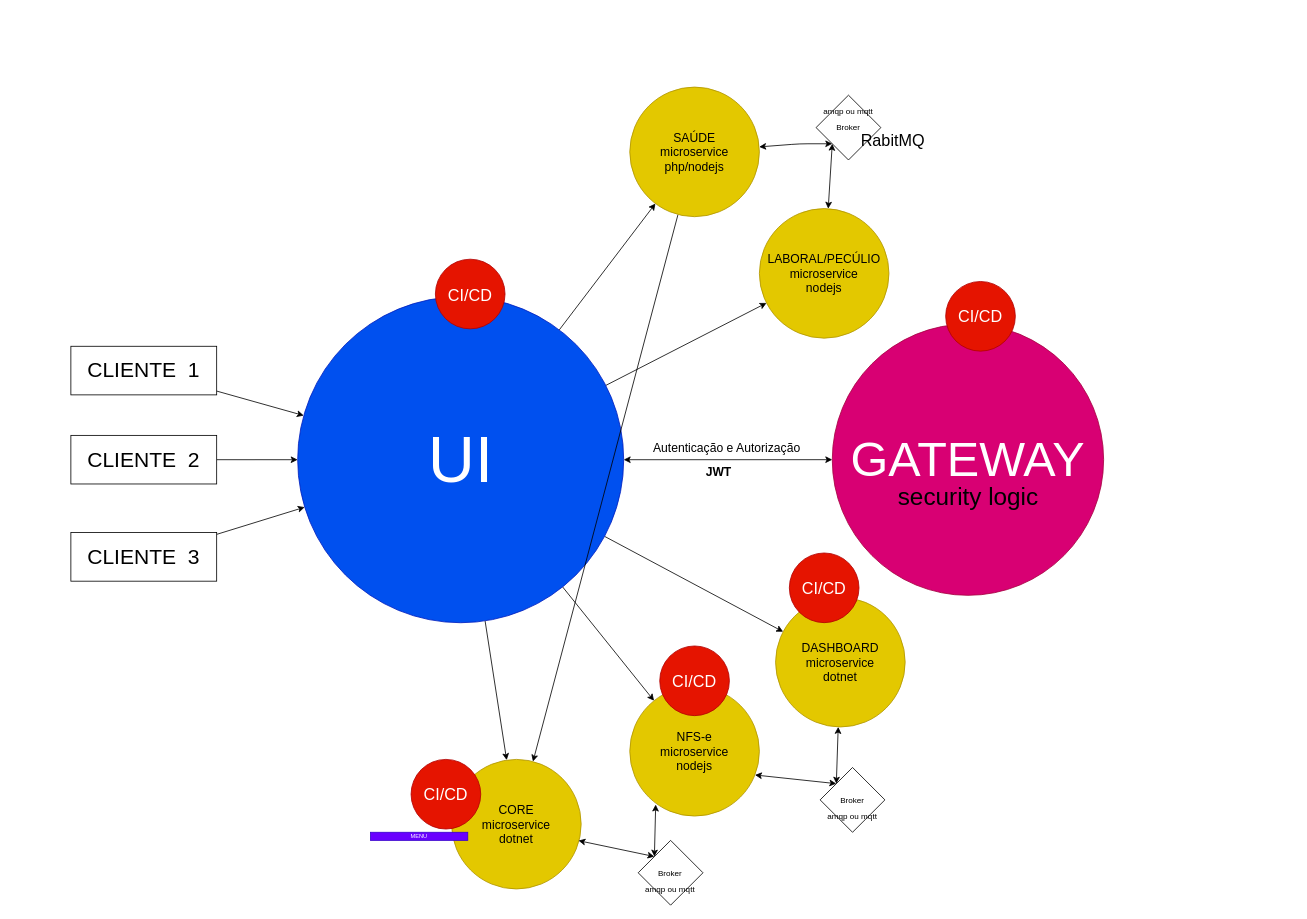
Earlier version of the draw.io diagram page "Arquitetura" (3 of 9) of br-bit/RoadMap-2023.drawio (sigespweb22/project-manager). Source tidied: cells renumbered, new cells numbered last; positions are measured from the earlier drawing's top-left corner, leaving out a move shared by most shapes. Both pictures are drawn from the tidied source at 81%, with x=0, y=0 at pixel (70, 87).
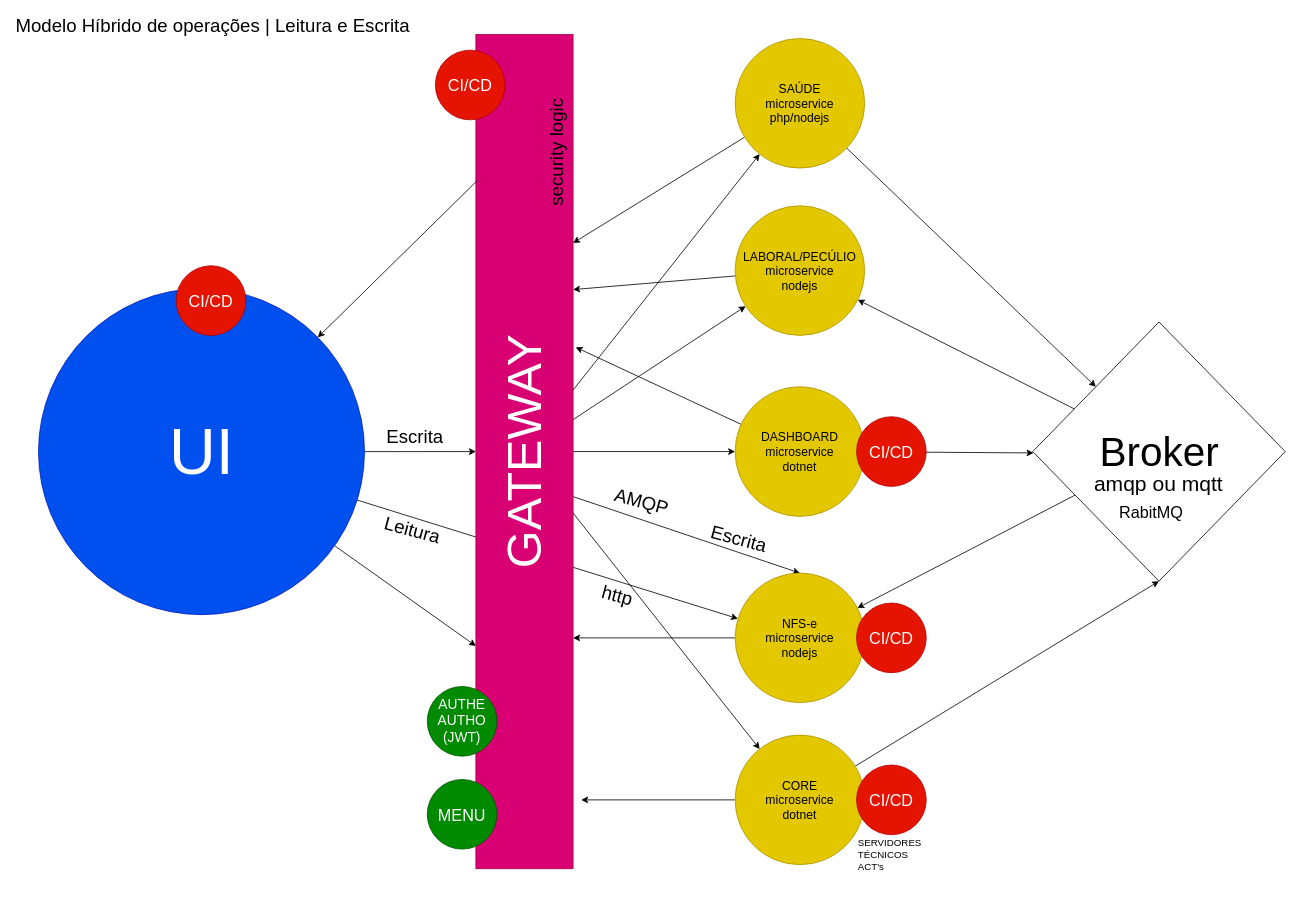
After the change.

Diff of the diagram source:
```diff
@@
+    <mxCell id="47" style="edgeStyle=none;html=1;fontSize=26;" parent="1" edge="1" source="7">
+      <mxGeometry relative="1" as="geometry">
+        <mxPoint x="500" y="690" as="targetPoint" />
+      </mxGeometry>
+    </mxCell>
-    <mxCell id="2" style="edgeStyle=none;html=1;fontSize=30;" parent="1" edge="1" source="7" target="18">
+    <mxCell id="2" style="edgeStyle=none;html=1;" parent="1" edge="1" source="7" target="18">
       <mxGeometry relative="1" as="geometry" />
     </mxCell>
-    <mxCell id="3" style="edgeStyle=none;html=1;fontSize=30;" parent="1" edge="1" source="7" target="17">
-      <mxGeometry relative="1" as="geometry" />
-    </mxCell>
-    <mxCell id="4" style="edgeStyle=none;html=1;fontSize=30;" parent="1" edge="1" source="7" target="15">
-      <mxGeometry relative="1" as="geometry" />
-    </mxCell>
-    <mxCell id="5" style="edgeStyle=none;html=1;fontSize=30;" parent="1" edge="1" source="7" target="16">
-      <mxGeometry relative="1" as="geometry" />
-    </mxCell>
-    <mxCell id="6" style="edgeStyle=none;html=1;fontSize=20;" parent="1" edge="1" source="7" target="38">
-      <mxGeometry relative="1" as="geometry" />
-    </mxCell>
+    <mxCell id="48" style="edgeStyle=none;html=1;entryX=0.5;entryY=0;entryDx=0;entryDy=0;fontSize=23;exitX=1.001;exitY=0.554;exitDx=0;exitDy=0;exitPerimeter=0;" parent="1" edge="1" source="21" target="18">
+      <mxGeometry relative="1" as="geometry" />
+    </mxCell>
+    <mxCell id="19" style="edgeStyle=none;html=1;fontSize=23;" parent="1" edge="1" source="7" target="21">
+      <mxGeometry relative="1" as="geometry" />
+    </mxCell>
     <mxCell id="7" value="UI" style="ellipse;whiteSpace=wrap;html=1;fontSize=80;fillColor=#0050ef;fontColor=#ffffff;strokeColor=#001DBC;" parent="1" vertex="1">
-      <mxGeometry x="280" y="258.8" width="402.5" height="402.5" as="geometry" />
+      <mxGeometry x="-40" y="248.8" width="402.5" height="402.5" as="geometry" />
     </mxCell>
-    <mxCell id="8" style="edgeStyle=none;html=1;fontSize=26;" parent="1" edge="1" source="9" target="7">
-      <mxGeometry relative="1" as="geometry" />
-    </mxCell>
-    <mxCell id="9" value="CLIENTE&amp;nbsp; 1" style="rounded=0;whiteSpace=wrap;html=1;fontSize=26;" parent="1" vertex="1">
-      <mxGeometry y="320" width="180" height="60" as="geometry" />
-    </mxCell>
-    <mxCell id="10" style="edgeStyle=none;html=1;fontSize=26;" parent="1" edge="1" source="11" target="7">
-      <mxGeometry relative="1" as="geometry" />
-    </mxCell>
-    <mxCell id="11" value="CLIENTE&amp;nbsp; 2" style="rounded=0;whiteSpace=wrap;html=1;fontSize=26;" parent="1" vertex="1">
-      <mxGeometry y="430" width="180" height="60" as="geometry" />
-    </mxCell>
-    <mxCell id="12" style="edgeStyle=none;html=1;fontSize=26;" parent="1" edge="1" source="13" target="7">
-      <mxGeometry relative="1" as="geometry" />
-    </mxCell>
-    <mxCell id="13" value="CLIENTE&amp;nbsp; 3" style="rounded=0;whiteSpace=wrap;html=1;fontSize=26;" parent="1" vertex="1">
-      <mxGeometry y="550" width="180" height="60" as="geometry" />
-    </mxCell>
-    <mxCell id="14" style="edgeStyle=none;html=1;fontSize=20;" parent="1" edge="1" source="15" target="38">
-      <mxGeometry relative="1" as="geometry" />
-    </mxCell>
+    <mxCell id="49" style="edgeStyle=none;html=1;entryX=1;entryY=0.25;entryDx=0;entryDy=0;fontSize=26;" parent="1" edge="1" source="15" target="21">
+      <mxGeometry relative="1" as="geometry" />
+    </mxCell>
+    <mxCell id="24" style="edgeStyle=none;html=1;entryX=0;entryY=0;entryDx=0;entryDy=0;fontSize=26;" parent="1" edge="1" source="15" target="27">
+      <mxGeometry relative="1" as="geometry" />
+    </mxCell>
     <mxCell id="15" value="SAÚDE&lt;br&gt;microservice&lt;br&gt;php/nodejs" style="ellipse;whiteSpace=wrap;html=1;fontSize=15;fillColor=#e3c800;fontColor=#000000;strokeColor=#B09500;" parent="1" vertex="1">
-      <mxGeometry x="690" width="160" height="160" as="geometry" />
+      <mxGeometry x="820" y="-60" width="160" height="160" as="geometry" />
     </mxCell>
+    <mxCell id="50" style="edgeStyle=none;html=1;fontSize=26;" parent="1" edge="1" source="16">
+      <mxGeometry relative="1" as="geometry">
+        <mxPoint x="620" y="250" as="targetPoint" />
+      </mxGeometry>
+    </mxCell>
     <mxCell id="16" value="LABORAL/PECÚLIO&lt;br&gt;microservice&lt;br&gt;nodejs" style="ellipse;whiteSpace=wrap;html=1;fontSize=15;fillColor=#e3c800;fontColor=#000000;strokeColor=#B09500;" parent="1" vertex="1">
-      <mxGeometry x="850" y="150" width="160" height="160" as="geometry" />
+      <mxGeometry x="820" y="146.6" width="160" height="160" as="geometry" />
     </mxCell>
+    <mxCell id="51" style="edgeStyle=none;html=1;entryX=1.027;entryY=0.375;entryDx=0;entryDy=0;entryPerimeter=0;fontSize=26;" parent="1" edge="1" source="17" target="21">
+      <mxGeometry relative="1" as="geometry" />
+    </mxCell>
+    <mxCell id="52" style="edgeStyle=none;html=1;entryX=0.031;entryY=0.021;entryDx=0;entryDy=0;fontSize=26;entryPerimeter=0;" parent="1" edge="1" source="17" target="28">
+      <mxGeometry relative="1" as="geometry" />
+    </mxCell>
     <mxCell id="17" value="DASHBOARD&lt;br&gt;microservice&lt;br&gt;dotnet" style="ellipse;whiteSpace=wrap;html=1;fontSize=15;fillColor=#e3c800;fontColor=#000000;strokeColor=#B09500;" parent="1" vertex="1">
-      <mxGeometry x="870" y="630" width="160" height="160" as="geometry" />
+      <mxGeometry x="820" y="370" width="160" height="160" as="geometry" />
     </mxCell>
+    <mxCell id="53" style="edgeStyle=none;html=1;fontSize=26;" parent="1" edge="1" source="18">
+      <mxGeometry relative="1" as="geometry">
+        <mxPoint x="620" y="680" as="targetPoint" />
+      </mxGeometry>
+    </mxCell>
     <mxCell id="18" value="NFS-e&lt;br&gt;microservice&lt;br&gt;nodejs" style="ellipse;whiteSpace=wrap;html=1;fontSize=15;fillColor=#e3c800;fontColor=#000000;strokeColor=#B09500;" parent="1" vertex="1">
-      <mxGeometry x="690" y="740" width="160" height="160" as="geometry" />
+      <mxGeometry x="820" y="600" width="160" height="160" as="geometry" />
     </mxCell>
-    <mxCell id="19" style="endArrow=classic;startArrow=classic;html=1;fontSize=15;exitX=1;exitY=0.5;exitDx=0;exitDy=0;entryX=0;entryY=0.5;entryDx=0;entryDy=0;" parent="1" edge="1" source="7" target="21">
-      <mxGeometry relative="1" as="geometry" />
-    </mxCell>
-    <mxCell id="20" value="Autenticação e Autorização" style="text;html=1;strokeColor=none;fillColor=none;align=center;verticalAlign=middle;whiteSpace=wrap;rounded=0;fontSize=15;" parent="1" vertex="1">
-      <mxGeometry x="700" y="430" width="220" height="30" as="geometry" />
-    </mxCell>
-    <mxCell id="21" value="GATEWAY" style="ellipse;whiteSpace=wrap;html=1;fontSize=60;fillColor=#d80073;fontColor=#ffffff;strokeColor=#A50040;" parent="1" vertex="1">
-      <mxGeometry x="940" y="292.5" width="335" height="335" as="geometry" />
-    </mxCell>
-    <mxCell id="22" value="security logic" style="text;html=1;strokeColor=none;fillColor=none;align=center;verticalAlign=middle;whiteSpace=wrap;rounded=0;fontSize=30;rotation=0;" parent="1" vertex="1">
-      <mxGeometry x="997.6" y="474" width="219.8" height="62.8" as="geometry" />
-    </mxCell>
-    <mxCell id="23" value="JWT" style="text;html=1;strokeColor=none;fillColor=none;align=center;verticalAlign=middle;whiteSpace=wrap;rounded=0;fontSize=15;fontStyle=1;" parent="1" vertex="1">
-      <mxGeometry x="690" y="460" width="220" height="30" as="geometry" />
-    </mxCell>
-    <mxCell id="24" style="endArrow=classic;startArrow=classic;html=1;fontSize=30;entryX=0;entryY=1;entryDx=0;entryDy=0;" parent="1" edge="1" source="15" target="27">
-      <mxGeometry relative="1" as="geometry">
-        <Array as="points">
-          <mxPoint x="900" y="70" />
-        </Array>
-      </mxGeometry>
-    </mxCell>
-    <mxCell id="25" style="endArrow=classic;startArrow=classic;html=1;fontSize=30;entryX=0;entryY=1;entryDx=0;entryDy=0;" parent="1" edge="1" source="16" target="27">
-      <mxGeometry relative="1" as="geometry" />
-    </mxCell>
-    <mxCell id="26" style="group;" parent="1" vertex="1">
-      <mxGeometry x="915" y="10" width="90" height="80" as="geometry" />
+    <mxCell id="26" style="group;fontSize=53;" parent="1" vertex="1">
+      <mxGeometry x="1160" y="290" width="348.3" height="320" as="geometry" />
     </mxCell>
-    <mxCell id="27" value="Broker" style="rhombus;whiteSpace=wrap;html=1;fontSize=10;" parent="26" vertex="1">
-      <mxGeometry x="5" width="80" height="80" as="geometry" />
+    <mxCell id="27" value="&lt;font style=&quot;font-size: 50px;&quot;&gt;Broker&lt;/font&gt;" style="rhombus;whiteSpace=wrap;html=1;fontSize=10;" parent="26" vertex="1">
+      <mxGeometry x="27.5" width="311.7" height="320" as="geometry" />
     </mxCell>
-    <mxCell id="28" value="amqp ou mqtt" style="text;html=1;strokeColor=none;fillColor=none;align=center;verticalAlign=middle;whiteSpace=wrap;rounded=0;fontSize=10;" parent="26" vertex="1">
-      <mxGeometry y="10" width="90" height="20" as="geometry" />
+    <mxCell id="28" value="amqp ou mqtt" style="text;html=1;strokeColor=none;fillColor=none;align=center;verticalAlign=middle;whiteSpace=wrap;rounded=0;fontSize=26;" parent="26" vertex="1">
+      <mxGeometry x="18.3" y="160" width="330" height="80" as="geometry" />
     </mxCell>
-    <mxCell id="29" style="endArrow=classic;startArrow=classic;html=1;fontSize=10;exitX=0.966;exitY=0.683;exitDx=0;exitDy=0;exitPerimeter=0;entryX=0;entryY=0;entryDx=0;entryDy=0;" parent="1" edge="1" source="18" target="32">
-      <mxGeometry relative="1" as="geometry" />
-    </mxCell>
-    <mxCell id="30" style="endArrow=classic;startArrow=classic;html=1;fontSize=10;entryX=0;entryY=0;entryDx=0;entryDy=0;" parent="1" edge="1" source="17" target="32">
-      <mxGeometry relative="1" as="geometry" />
-    </mxCell>
-    <mxCell id="31" style="group;" parent="1" vertex="1">
-      <mxGeometry x="920" y="840" width="90" height="80" as="geometry" />
-    </mxCell>
-    <mxCell id="32" value="Broker" style="rhombus;whiteSpace=wrap;html=1;fontSize=10;" parent="31" vertex="1">
-      <mxGeometry x="5" width="80" height="80" as="geometry" />
-    </mxCell>
-    <mxCell id="33" value="amqp ou mqtt" style="text;html=1;strokeColor=none;fillColor=none;align=center;verticalAlign=middle;whiteSpace=wrap;rounded=0;fontSize=10;" parent="31" vertex="1">
-      <mxGeometry y="50" width="90" height="20" as="geometry" />
-    </mxCell>
+    <mxCell id="45" value="RabitMQ" style="text;html=1;strokeColor=none;fillColor=none;align=center;verticalAlign=middle;whiteSpace=wrap;rounded=0;fontSize=20;" parent="26" vertex="1">
+      <mxGeometry x="109.2" y="220" width="130" height="30" as="geometry" />
+    </mxCell>
     <mxCell id="34" value="&lt;font style=&quot;font-size: 20px;&quot;&gt;CI/CD&lt;/font&gt;" style="ellipse;whiteSpace=wrap;html=1;fontSize=10;fillColor=#e51400;fontColor=#ffffff;strokeColor=#B20000;" parent="1" vertex="1">
-      <mxGeometry x="450" y="212.5" width="86" height="86" as="geometry" />
+      <mxGeometry x="130" y="220.6" width="86" height="86" as="geometry" />
     </mxCell>
-    <mxCell id="35" value="&lt;font style=&quot;font-size: 20px;&quot;&gt;CI/CD&lt;/font&gt;" style="ellipse;whiteSpace=wrap;html=1;fontSize=10;fillColor=#e51400;fontColor=#ffffff;strokeColor=#B20000;" parent="1" vertex="1">
-      <mxGeometry x="887" y="575.2" width="86" height="86" as="geometry" />
-    </mxCell>
     <mxCell id="36" value="&lt;font style=&quot;font-size: 20px;&quot;&gt;CI/CD&lt;/font&gt;" style="ellipse;whiteSpace=wrap;html=1;fontSize=10;fillColor=#e51400;fontColor=#ffffff;strokeColor=#B20000;" parent="1" vertex="1">
-      <mxGeometry x="727" y="690" width="86" height="86" as="geometry" />
+      <mxGeometry x="970" y="637" width="86" height="86" as="geometry" />
     </mxCell>
-    <mxCell id="37" value="&lt;font style=&quot;font-size: 20px;&quot;&gt;CI/CD&lt;/font&gt;" style="ellipse;whiteSpace=wrap;html=1;fontSize=10;fillColor=#e51400;fontColor=#ffffff;strokeColor=#B20000;" parent="1" vertex="1">
-      <mxGeometry x="1080" y="240" width="86" height="86" as="geometry" />
-    </mxCell>
+    <mxCell id="54" style="edgeStyle=none;html=1;fontSize=26;" parent="1" edge="1" source="38">
+      <mxGeometry relative="1" as="geometry">
+        <mxPoint x="630" y="880" as="targetPoint" />
+      </mxGeometry>
+    </mxCell>
+    <mxCell id="55" style="edgeStyle=none;html=1;entryX=0.5;entryY=1;entryDx=0;entryDy=0;fontSize=26;" parent="1" edge="1" source="38" target="27">
+      <mxGeometry relative="1" as="geometry" />
+    </mxCell>
     <mxCell id="38" value="CORE&lt;br&gt;microservice&lt;br&gt;dotnet" style="ellipse;whiteSpace=wrap;html=1;fontSize=15;fillColor=#e3c800;fontColor=#000000;strokeColor=#B09500;" parent="1" vertex="1">
-      <mxGeometry x="470" y="830" width="160" height="160" as="geometry" />
+      <mxGeometry x="820" y="800" width="160" height="160" as="geometry" />
     </mxCell>
     <mxCell id="39" value="&lt;font style=&quot;font-size: 20px;&quot;&gt;CI/CD&lt;/font&gt;" style="ellipse;whiteSpace=wrap;html=1;fontSize=10;fillColor=#e51400;fontColor=#ffffff;strokeColor=#B20000;" parent="1" vertex="1">
-      <mxGeometry x="420" y="830" width="86" height="86" as="geometry" />
+      <mxGeometry x="970" y="837" width="86" height="86" as="geometry" />
     </mxCell>
-    <mxCell id="40" style="endArrow=classic;startArrow=classic;html=1;fontSize=10;entryX=0;entryY=0;entryDx=0;entryDy=0;exitX=0.979;exitY=0.627;exitDx=0;exitDy=0;exitPerimeter=0;" parent="1" edge="1" source="38" target="43">
-      <mxGeometry relative="1" as="geometry" />
-    </mxCell>
-    <mxCell id="41" style="endArrow=classic;startArrow=classic;html=1;fontSize=10;entryX=0;entryY=0;entryDx=0;entryDy=0;exitX=0.2;exitY=0.911;exitDx=0;exitDy=0;exitPerimeter=0;" parent="1" edge="1" source="18" target="43">
-      <mxGeometry relative="1" as="geometry" />
-    </mxCell>
-    <mxCell id="42" style="group;" parent="1" vertex="1">
-      <mxGeometry x="695.4" y="930" width="90" height="80" as="geometry" />
-    </mxCell>
-    <mxCell id="43" value="Broker" style="rhombus;whiteSpace=wrap;html=1;fontSize=10;" parent="42" vertex="1">
-      <mxGeometry x="5" width="80" height="80" as="geometry" />
-    </mxCell>
-    <mxCell id="44" value="amqp ou mqtt" style="text;html=1;strokeColor=none;fillColor=none;align=center;verticalAlign=middle;whiteSpace=wrap;rounded=0;fontSize=10;" parent="42" vertex="1">
-      <mxGeometry y="50" width="90" height="20" as="geometry" />
-    </mxCell>
-    <mxCell id="45" value="RabitMQ" style="text;html=1;strokeColor=none;fillColor=none;align=center;verticalAlign=middle;whiteSpace=wrap;rounded=0;fontSize=20;" parent="1" vertex="1">
-      <mxGeometry x="950" y="50" width="130" height="30" as="geometry" />
-    </mxCell>
+    <mxCell id="56" style="group;" parent="1" vertex="1">
+      <mxGeometry x="500" y="-65" width="120" height="1030" as="geometry" />
+    </mxCell>
+    <mxCell id="21" value="&lt;span style=&quot;color: rgb(255, 255, 255); font-size: 60px;&quot;&gt;GATEWAY&lt;br&gt;&lt;/span&gt;" style="rounded=0;whiteSpace=wrap;html=1;horizontal=0;fillColor=#d80073;fontColor=#ffffff;strokeColor=#A50040;" parent="56" vertex="1">
+      <mxGeometry width="120" height="1030" as="geometry" />
+    </mxCell>
+    <mxCell id="22" value="security logic" style="text;html=1;strokeColor=none;fillColor=none;align=center;verticalAlign=middle;whiteSpace=wrap;rounded=0;fontSize=23;rotation=-90;" parent="56" vertex="1">
+      <mxGeometry x="20" y="123.6" width="160" height="43.8" as="geometry" />
+    </mxCell>
+    <mxCell id="37" value="&lt;font style=&quot;font-size: 20px;&quot;&gt;CI/CD&lt;/font&gt;" style="ellipse;whiteSpace=wrap;html=1;fontSize=10;fillColor=#e51400;fontColor=#ffffff;strokeColor=#B20000;" parent="56" vertex="1">
+      <mxGeometry x="-50" y="19.4" width="86" height="86" as="geometry" />
+    </mxCell>
+    <mxCell id="57" value="&lt;font style=&quot;font-size: 17px;&quot;&gt;AUTHE&lt;br&gt;AUTHO&lt;br&gt;(JWT)&lt;br&gt;&lt;/font&gt;" style="ellipse;whiteSpace=wrap;html=1;fontSize=10;fillColor=#008a00;fontColor=#ffffff;strokeColor=#005700;" parent="56" vertex="1">
+      <mxGeometry x="-60" y="805" width="86" height="86" as="geometry" />
+    </mxCell>
+    <mxCell id="58" style="edgeStyle=none;html=1;fontSize=23;exitX=0.016;exitY=0.175;exitDx=0;exitDy=0;exitPerimeter=0;" parent="1" edge="1" source="21" target="7">
+      <mxGeometry relative="1" as="geometry" />
+    </mxCell>
-    <mxCell id="46" value="MENU" style="rounded=0;whiteSpace=wrap;html=1;fontSize=7;fillColor=#6a00ff;fontColor=#ffffff;strokeColor=#3700CC;" parent="1" vertex="1">
-      <mxGeometry x="370" y="920" width="120" height="10" as="geometry" />
+    <mxCell id="46" value="&lt;font style=&quot;font-size: 20px;&quot;&gt;MENU&lt;/font&gt;" style="ellipse;whiteSpace=wrap;html=1;fontSize=10;fillColor=#008a00;fontColor=#ffffff;strokeColor=#005700;" parent="1" vertex="1">
+      <mxGeometry x="440" y="854.8" width="86" height="86" as="geometry" />
     </mxCell>
+    <mxCell id="59" style="edgeStyle=none;html=1;fontSize=17;" parent="1" edge="1" source="21" target="15">
+      <mxGeometry relative="1" as="geometry" />
+    </mxCell>
+    <mxCell id="60" style="edgeStyle=none;html=1;fontSize=17;" parent="1" edge="1" source="21" target="16">
+      <mxGeometry relative="1" as="geometry" />
+    </mxCell>
+    <mxCell id="61" style="edgeStyle=none;html=1;fontSize=17;" parent="1" edge="1" source="21" target="17">
+      <mxGeometry relative="1" as="geometry" />
+    </mxCell>
+    <mxCell id="62" style="edgeStyle=none;html=1;fontSize=17;" parent="1" edge="1" source="21" target="38">
+      <mxGeometry relative="1" as="geometry" />
+    </mxCell>
+    <mxCell id="35" value="&lt;font style=&quot;font-size: 20px;&quot;&gt;CI/CD&lt;/font&gt;" style="ellipse;whiteSpace=wrap;html=1;fontSize=10;fillColor=#e51400;fontColor=#ffffff;strokeColor=#B20000;" parent="1" vertex="1">
+      <mxGeometry x="970" y="407" width="86" height="86" as="geometry" />
+    </mxCell>
+    <mxCell id="63" style="edgeStyle=none;html=1;fontSize=26;" parent="1" edge="1" source="27" target="16">
+      <mxGeometry relative="1" as="geometry" />
+    </mxCell>
+    <mxCell id="64" style="edgeStyle=none;html=1;fontSize=26;" parent="1" edge="1" source="27" target="18">
+      <mxGeometry relative="1" as="geometry" />
+    </mxCell>
+    <mxCell id="65" value="SERVIDORES&lt;br&gt;TÉCNICOS&lt;br&gt;ACT's" style="text;html=1;strokeColor=none;fillColor=none;align=left;verticalAlign=middle;whiteSpace=wrap;rounded=0;" parent="1" vertex="1">
+      <mxGeometry x="970" y="923" width="86" height="50" as="geometry" />
+    </mxCell>
+    <mxCell id="66" value="Modelo Híbrido de operações | Leitura e Escrita" style="text;html=1;strokeColor=none;fillColor=none;align=left;verticalAlign=middle;whiteSpace=wrap;rounded=0;fontSize=23;" parent="1" vertex="1">
+      <mxGeometry x="-70" y="-90" width="500" height="30" as="geometry" />
+    </mxCell>
+    <mxCell id="67" value="Leitura&amp;nbsp;" style="text;html=1;strokeColor=none;fillColor=none;align=center;verticalAlign=middle;whiteSpace=wrap;rounded=0;fontSize=23;rotation=15;" parent="1" vertex="1">
+      <mxGeometry x="380" y="530" width="90" height="35.9" as="geometry" />
+    </mxCell>
+    <mxCell id="68" value="Escrita" style="text;html=1;strokeColor=none;fillColor=none;align=center;verticalAlign=middle;whiteSpace=wrap;rounded=0;fontSize=23;rotation=15;" parent="1" vertex="1">
+      <mxGeometry x="780" y="540" width="90" height="35.9" as="geometry" />
+    </mxCell>
+    <mxCell id="69" value="Escrita" style="text;html=1;strokeColor=none;fillColor=none;align=center;verticalAlign=middle;whiteSpace=wrap;rounded=0;fontSize=23;rotation=0;" parent="1" vertex="1">
+      <mxGeometry x="380" y="414" width="90" height="35.9" as="geometry" />
+    </mxCell>
+    <mxCell id="70" value="http" style="text;html=1;strokeColor=none;fillColor=none;align=center;verticalAlign=middle;whiteSpace=wrap;rounded=0;fontSize=23;rotation=15;" parent="1" vertex="1">
+      <mxGeometry x="630" y="610" width="90" height="35.9" as="geometry" />
+    </mxCell>
+    <mxCell id="71" value="AMQP" style="text;html=1;strokeColor=none;fillColor=none;align=center;verticalAlign=middle;whiteSpace=wrap;rounded=0;fontSize=23;rotation=15;" parent="1" vertex="1">
+      <mxGeometry x="660" y="494.1" width="90" height="35.9" as="geometry" />
+    </mxCell>
```
